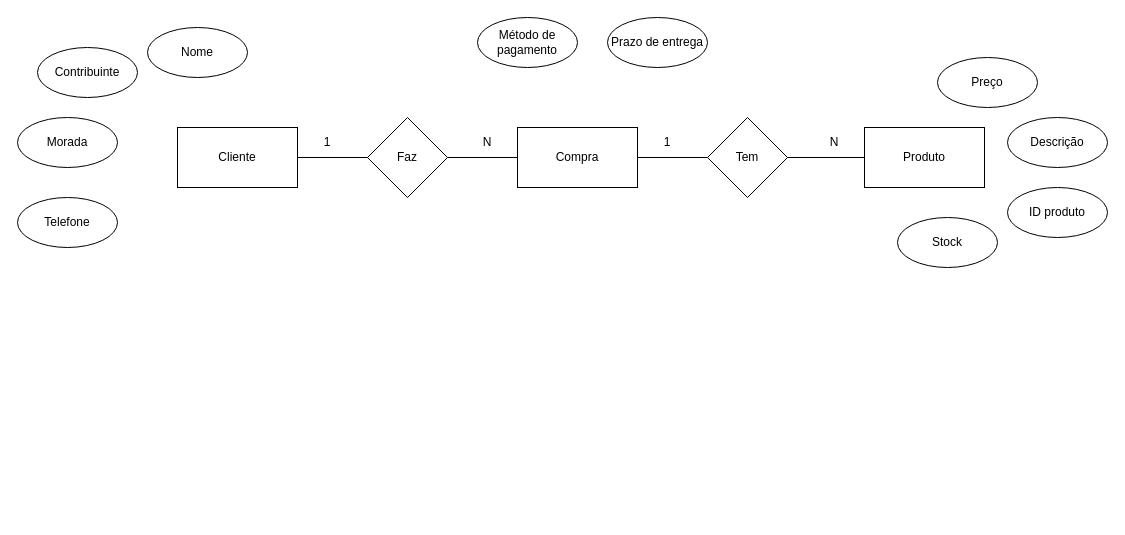
The draw.io diagram Ex_02.drawio in GoncaloPereira97/CESAE_Softdev_PRT_1023, before the edit. Source tidied: cells renumbered, new cells numbered last; positions are measured from the earlier drawing's top-left corner, leaving out a move shared by most shapes. Both pictures are drawn from the tidied source at 100%, with x=0, y=0 at pixel (17, 17).
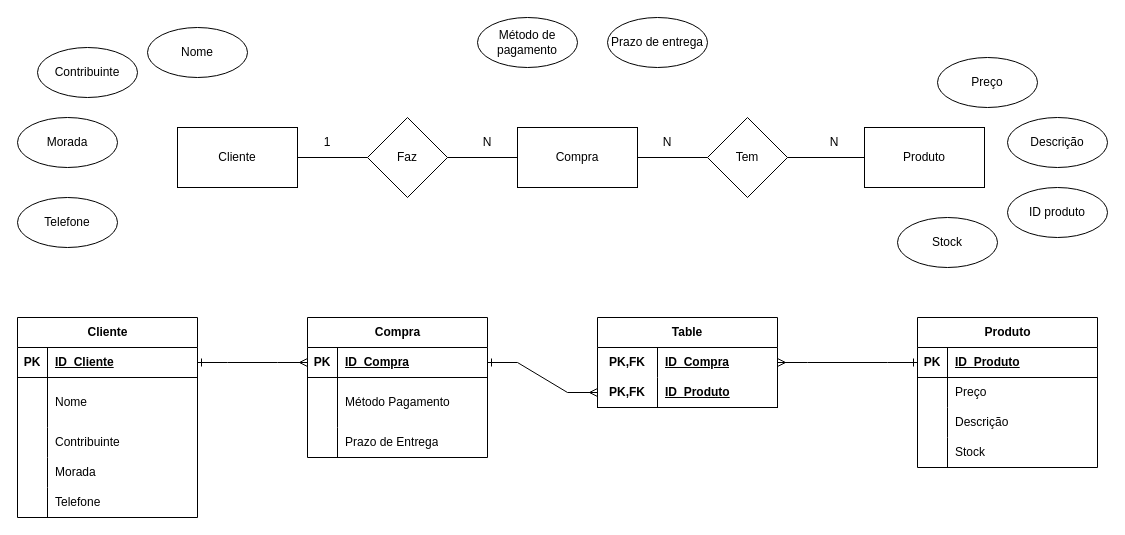
The same diagram, later.

What changed in the source:
```diff
@@
-    <mxCell id="24" value="1" style="text;html=1;strokeColor=none;fillColor=none;align=center;verticalAlign=middle;whiteSpace=wrap;rounded=0;" parent="1" vertex="1">
+    <mxCell id="24" value="N" style="text;html=1;strokeColor=none;fillColor=none;align=center;verticalAlign=middle;whiteSpace=wrap;rounded=0;" parent="1" vertex="1">
       <mxGeometry x="620" y="110" width="60" height="30" as="geometry" />
     </mxCell>
+    <mxCell id="25" value="Cliente" style="shape=table;startSize=30;childLayout=tableLayout;rowLines=0;fontStyle=1;align=center;html=1;" parent="1" vertex="1">
+      <mxGeometry y="300" width="180" height="200" as="geometry" />
+    </mxCell>
+    <mxCell id="26" style="shape=tableRow;horizontal=0;startSize=0;swimlaneHead=0;swimlaneBody=0;fillColor=none;points=[[0,0.5],[1,0.5]];portConstraint=eastwest;top=0;left=0;right=0;bottom=1;" parent="25" vertex="1">
+      <mxGeometry y="30" width="180" height="30" as="geometry" />
+    </mxCell>
+    <mxCell id="27" value="PK" style="shape=partialRectangle;fillColor=none;top=0;left=0;bottom=0;right=0;fontStyle=1;overflow=hidden;whiteSpace=wrap;html=1;" parent="26" vertex="1">
+      <mxGeometry width="30" height="30" as="geometry" />
+    </mxCell>
+    <mxCell id="28" value="ID_Cliente" style="shape=partialRectangle;fillColor=none;top=0;left=0;bottom=0;right=0;align=left;spacingLeft=6;fontStyle=5;overflow=hidden;whiteSpace=wrap;html=1;" parent="26" vertex="1">
+      <mxGeometry x="30" width="150" height="30" as="geometry" />
+    </mxCell>
+    <mxCell id="29" style="shape=tableRow;horizontal=0;startSize=0;swimlaneHead=0;swimlaneBody=0;fillColor=none;top=0;left=0;right=0;bottom=0;" parent="25" vertex="1">
+      <mxGeometry y="60" width="180" height="50" as="geometry" />
+    </mxCell>
+    <mxCell id="30" style="shape=partialRectangle;fillColor=none;top=0;left=0;bottom=0;right=0;overflow=hidden;whiteSpace=wrap;html=1;" parent="29" vertex="1">
+      <mxGeometry width="30" height="50" as="geometry" />
+    </mxCell>
+    <mxCell id="31" value="Nome" style="shape=partialRectangle;fillColor=none;top=0;left=0;bottom=0;right=0;align=left;spacingLeft=6;overflow=hidden;whiteSpace=wrap;html=1;" parent="29" vertex="1">
+      <mxGeometry x="30" width="150" height="50" as="geometry" />
+    </mxCell>
+    <mxCell id="32" style="shape=tableRow;horizontal=0;startSize=0;swimlaneHead=0;swimlaneBody=0;fillColor=none;top=0;left=0;right=0;bottom=0;" parent="25" vertex="1">
+      <mxGeometry y="110" width="180" height="30" as="geometry" />
+    </mxCell>
+    <mxCell id="33" style="shape=partialRectangle;fillColor=none;top=0;left=0;bottom=0;right=0;overflow=hidden;whiteSpace=wrap;html=1;" parent="32" vertex="1">
+      <mxGeometry width="30" height="30" as="geometry" />
+    </mxCell>
+    <mxCell id="34" value="Contribuinte" style="shape=partialRectangle;fillColor=none;top=0;left=0;bottom=0;right=0;align=left;spacingLeft=6;overflow=hidden;whiteSpace=wrap;html=1;" parent="32" vertex="1">
+      <mxGeometry x="30" width="150" height="30" as="geometry" />
+    </mxCell>
+    <mxCell id="35" style="shape=tableRow;horizontal=0;startSize=0;swimlaneHead=0;swimlaneBody=0;fillColor=none;top=0;left=0;right=0;bottom=0;" parent="25" vertex="1">
+      <mxGeometry y="140" width="180" height="30" as="geometry" />
+    </mxCell>
+    <mxCell id="36" style="shape=partialRectangle;fillColor=none;top=0;left=0;bottom=0;right=0;overflow=hidden;whiteSpace=wrap;html=1;" parent="35" vertex="1">
+      <mxGeometry width="30" height="30" as="geometry" />
+    </mxCell>
+    <mxCell id="37" value="Morada" style="shape=partialRectangle;fillColor=none;top=0;left=0;bottom=0;right=0;align=left;spacingLeft=6;overflow=hidden;whiteSpace=wrap;html=1;" parent="35" vertex="1">
+      <mxGeometry x="30" width="150" height="30" as="geometry" />
+    </mxCell>
+    <mxCell id="38" style="shape=tableRow;horizontal=0;startSize=0;swimlaneHead=0;swimlaneBody=0;fillColor=none;top=0;left=0;right=0;bottom=0;" parent="25" vertex="1">
+      <mxGeometry y="170" width="180" height="30" as="geometry" />
+    </mxCell>
+    <mxCell id="39" style="shape=partialRectangle;fillColor=none;top=0;left=0;bottom=0;right=0;overflow=hidden;whiteSpace=wrap;html=1;" parent="38" vertex="1">
+      <mxGeometry width="30" height="30" as="geometry" />
+    </mxCell>
+    <mxCell id="40" value="Telefone" style="shape=partialRectangle;fillColor=none;top=0;left=0;bottom=0;right=0;align=left;spacingLeft=6;overflow=hidden;whiteSpace=wrap;html=1;" parent="38" vertex="1">
+      <mxGeometry x="30" width="150" height="30" as="geometry" />
+    </mxCell>
+    <mxCell id="41" value="Compra" style="shape=table;startSize=30;childLayout=tableLayout;rowLines=0;fontStyle=1;align=center;html=1;" parent="1" vertex="1">
+      <mxGeometry x="290" y="300" width="180" height="140" as="geometry" />
+    </mxCell>
+    <mxCell id="42" style="shape=tableRow;horizontal=0;startSize=0;swimlaneHead=0;swimlaneBody=0;fillColor=none;points=[[0,0.5],[1,0.5]];portConstraint=eastwest;top=0;left=0;right=0;bottom=1;" parent="41" vertex="1">
+      <mxGeometry y="30" width="180" height="30" as="geometry" />
+    </mxCell>
+    <mxCell id="43" value="PK" style="shape=partialRectangle;fillColor=none;top=0;left=0;bottom=0;right=0;fontStyle=1;overflow=hidden;whiteSpace=wrap;html=1;" parent="42" vertex="1">
+      <mxGeometry width="30" height="30" as="geometry" />
+    </mxCell>
+    <mxCell id="44" value="ID_Compra" style="shape=partialRectangle;fillColor=none;top=0;left=0;bottom=0;right=0;align=left;spacingLeft=6;fontStyle=5;overflow=hidden;whiteSpace=wrap;html=1;" parent="42" vertex="1">
+      <mxGeometry x="30" width="150" height="30" as="geometry" />
+    </mxCell>
+    <mxCell id="45" style="shape=tableRow;horizontal=0;startSize=0;swimlaneHead=0;swimlaneBody=0;fillColor=none;top=0;left=0;right=0;bottom=0;" parent="41" vertex="1">
+      <mxGeometry y="60" width="180" height="50" as="geometry" />
+    </mxCell>
+    <mxCell id="46" style="shape=partialRectangle;fillColor=none;top=0;left=0;bottom=0;right=0;overflow=hidden;whiteSpace=wrap;html=1;" parent="45" vertex="1">
+      <mxGeometry width="30" height="50" as="geometry" />
+    </mxCell>
+    <mxCell id="47" value="Método Pagamento" style="shape=partialRectangle;fillColor=none;top=0;left=0;bottom=0;right=0;align=left;spacingLeft=6;overflow=hidden;whiteSpace=wrap;html=1;" parent="45" vertex="1">
+      <mxGeometry x="30" width="150" height="50" as="geometry" />
+    </mxCell>
+    <mxCell id="48" style="shape=tableRow;horizontal=0;startSize=0;swimlaneHead=0;swimlaneBody=0;fillColor=none;top=0;left=0;right=0;bottom=0;" parent="41" vertex="1">
+      <mxGeometry y="110" width="180" height="30" as="geometry" />
+    </mxCell>
+    <mxCell id="49" style="shape=partialRectangle;fillColor=none;top=0;left=0;bottom=0;right=0;overflow=hidden;whiteSpace=wrap;html=1;" parent="48" vertex="1">
+      <mxGeometry width="30" height="30" as="geometry" />
+    </mxCell>
+    <mxCell id="50" value="Prazo de Entrega" style="shape=partialRectangle;fillColor=none;top=0;left=0;bottom=0;right=0;align=left;spacingLeft=6;overflow=hidden;whiteSpace=wrap;html=1;" parent="48" vertex="1">
+      <mxGeometry x="30" width="150" height="30" as="geometry" />
+    </mxCell>
+    <mxCell id="51" value="Produto" style="shape=table;startSize=30;childLayout=tableLayout;rowLines=0;fontStyle=1;align=center;html=1;" parent="1" vertex="1">
+      <mxGeometry x="900" y="300" width="180" height="150" as="geometry" />
+    </mxCell>
+    <mxCell id="52" style="shape=tableRow;horizontal=0;startSize=0;swimlaneHead=0;swimlaneBody=0;fillColor=none;points=[[0,0.5],[1,0.5]];portConstraint=eastwest;top=0;left=0;right=0;bottom=1;" parent="51" vertex="1">
+      <mxGeometry y="30" width="180" height="30" as="geometry" />
+    </mxCell>
+    <mxCell id="53" value="PK" style="shape=partialRectangle;fillColor=none;top=0;left=0;bottom=0;right=0;fontStyle=1;overflow=hidden;whiteSpace=wrap;html=1;" parent="52" vertex="1">
+      <mxGeometry width="30" height="30" as="geometry" />
+    </mxCell>
+    <mxCell id="54" value="ID_Produto" style="shape=partialRectangle;fillColor=none;top=0;left=0;bottom=0;right=0;align=left;spacingLeft=6;fontStyle=5;overflow=hidden;whiteSpace=wrap;html=1;" parent="52" vertex="1">
+      <mxGeometry x="30" width="150" height="30" as="geometry" />
+    </mxCell>
+    <mxCell id="55" style="shape=tableRow;horizontal=0;startSize=0;swimlaneHead=0;swimlaneBody=0;fillColor=none;top=0;left=0;right=0;bottom=0;" parent="51" vertex="1">
+      <mxGeometry y="60" width="180" height="30" as="geometry" />
+    </mxCell>
+    <mxCell id="56" style="shape=partialRectangle;fillColor=none;top=0;left=0;bottom=0;right=0;overflow=hidden;whiteSpace=wrap;html=1;" parent="55" vertex="1">
+      <mxGeometry width="30" height="30" as="geometry" />
+    </mxCell>
+    <mxCell id="57" value="Preço" style="shape=partialRectangle;fillColor=none;top=0;left=0;bottom=0;right=0;align=left;spacingLeft=6;overflow=hidden;whiteSpace=wrap;html=1;" parent="55" vertex="1">
+      <mxGeometry x="30" width="150" height="30" as="geometry" />
+    </mxCell>
+    <mxCell id="58" style="shape=tableRow;horizontal=0;startSize=0;swimlaneHead=0;swimlaneBody=0;fillColor=none;top=0;left=0;right=0;bottom=0;" parent="51" vertex="1">
+      <mxGeometry y="90" width="180" height="30" as="geometry" />
+    </mxCell>
+    <mxCell id="59" style="shape=partialRectangle;fillColor=none;top=0;left=0;bottom=0;right=0;overflow=hidden;whiteSpace=wrap;html=1;" parent="58" vertex="1">
+      <mxGeometry width="30" height="30" as="geometry" />
+    </mxCell>
+    <mxCell id="60" value="Descrição" style="shape=partialRectangle;fillColor=none;top=0;left=0;bottom=0;right=0;align=left;spacingLeft=6;overflow=hidden;whiteSpace=wrap;html=1;" parent="58" vertex="1">
+      <mxGeometry x="30" width="150" height="30" as="geometry" />
+    </mxCell>
+    <mxCell id="61" style="shape=tableRow;horizontal=0;startSize=0;swimlaneHead=0;swimlaneBody=0;fillColor=none;top=0;left=0;right=0;bottom=0;" parent="51" vertex="1">
+      <mxGeometry y="120" width="180" height="30" as="geometry" />
+    </mxCell>
+    <mxCell id="62" style="shape=partialRectangle;fillColor=none;top=0;left=0;bottom=0;right=0;overflow=hidden;whiteSpace=wrap;html=1;" parent="61" vertex="1">
+      <mxGeometry width="30" height="30" as="geometry" />
+    </mxCell>
+    <mxCell id="63" value="Stock" style="shape=partialRectangle;fillColor=none;top=0;left=0;bottom=0;right=0;align=left;spacingLeft=6;overflow=hidden;whiteSpace=wrap;html=1;" parent="61" vertex="1">
+      <mxGeometry x="30" width="150" height="30" as="geometry" />
+    </mxCell>
+    <mxCell id="64" style="edgeStyle=entityRelationEdgeStyle;fontSize=12;html=1;endArrow=ERmany;startArrow=ERone;rounded=0;startFill=0;endFill=0;exitX=1;exitY=0.5;exitDx=0;exitDy=0;entryX=0;entryY=0.5;entryDx=0;entryDy=0;" parent="1" edge="1" source="26" target="42">
+      <mxGeometry relative="1" as="geometry" />
+    </mxCell>
+    <mxCell id="65" value="Table" style="shape=table;startSize=30;childLayout=tableLayout;rowLines=0;fontStyle=1;align=center;html=1;whiteSpace=wrap;" parent="1" vertex="1">
+      <mxGeometry x="580" y="300" width="180" height="90" as="geometry" />
+    </mxCell>
+    <mxCell id="66" style="shape=tableRow;horizontal=0;startSize=0;swimlaneHead=0;swimlaneBody=0;fillColor=none;points=[[0,0.5],[1,0.5]];portConstraint=eastwest;top=0;left=0;right=0;bottom=0;html=1;" parent="65" vertex="1">
+      <mxGeometry y="30" width="180" height="30" as="geometry" />
+    </mxCell>
+    <mxCell id="67" value="PK,FK" style="shape=partialRectangle;fillColor=none;top=0;left=0;bottom=0;right=0;fontStyle=1;overflow=hidden;html=1;whiteSpace=wrap;" parent="66" vertex="1">
+      <mxGeometry width="60" height="30" as="geometry" />
+    </mxCell>
+    <mxCell id="68" value="ID_Compra" style="shape=partialRectangle;fillColor=none;top=0;left=0;bottom=0;right=0;align=left;spacingLeft=6;fontStyle=5;overflow=hidden;html=1;whiteSpace=wrap;" parent="66" vertex="1">
+      <mxGeometry x="60" width="120" height="30" as="geometry" />
+    </mxCell>
+    <mxCell id="69" style="shape=tableRow;horizontal=0;startSize=0;swimlaneHead=0;swimlaneBody=0;fillColor=none;points=[[0,0.5],[1,0.5]];portConstraint=eastwest;top=0;left=0;right=0;bottom=1;html=1;" parent="65" vertex="1">
+      <mxGeometry y="60" width="180" height="30" as="geometry" />
+    </mxCell>
+    <mxCell id="70" value="PK,FK" style="shape=partialRectangle;fillColor=none;top=0;left=0;bottom=0;right=0;fontStyle=1;overflow=hidden;html=1;whiteSpace=wrap;" parent="69" vertex="1">
+      <mxGeometry width="60" height="30" as="geometry" />
+    </mxCell>
+    <mxCell id="71" value="ID_Produto" style="shape=partialRectangle;fillColor=none;top=0;left=0;bottom=0;right=0;align=left;spacingLeft=6;fontStyle=5;overflow=hidden;html=1;whiteSpace=wrap;" parent="69" vertex="1">
+      <mxGeometry x="60" width="120" height="30" as="geometry" />
+    </mxCell>
+    <mxCell id="72" style="edgeStyle=entityRelationEdgeStyle;fontSize=12;html=1;endArrow=ERmany;startArrow=ERone;rounded=0;startFill=0;endFill=0;exitX=0;exitY=0.5;exitDx=0;exitDy=0;entryX=1;entryY=0.5;entryDx=0;entryDy=0;" parent="1" edge="1" source="52" target="66">
+      <mxGeometry relative="1" as="geometry" />
+    </mxCell>
+    <mxCell id="73" style="edgeStyle=entityRelationEdgeStyle;fontSize=12;html=1;endArrow=ERmany;startArrow=ERone;rounded=0;startFill=0;endFill=0;exitX=1;exitY=0.5;exitDx=0;exitDy=0;entryX=0;entryY=0.5;entryDx=0;entryDy=0;" parent="1" edge="1" source="42" target="69">
+      <mxGeometry relative="1" as="geometry" />
+    </mxCell>
```
